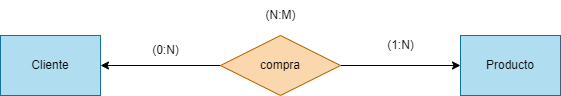
WhiteCascade/BAE keeps this draw.io diagram as Tareas/Unidad1/Images/ejercicio1.2.drawio.png. Above is the earlier version. Source tidied: cells renumbered, new cells last; positions are measured from the earlier drawing's top-left corner, leaving out a move shared by most shapes.
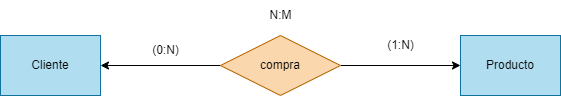
After the commit.

The edit, as a diff of the source:
```diff
@@ -23,7 +23,7 @@
     <mxCell id="8" value="(1:N)" style="text;html=1;align=center;verticalAlign=middle;strokeColor=none;fillColor=none;" parent="1" vertex="1">
       <mxGeometry x="375" y="30" width="50" height="30" as="geometry" />
     </mxCell>
-    <mxCell id="9" value="(N:M)" style="text;html=1;align=center;verticalAlign=middle;strokeColor=none;fillColor=none;" parent="1" vertex="1">
+    <mxCell id="9" value="N:M" style="text;html=1;align=center;verticalAlign=middle;strokeColor=none;fillColor=none;" parent="1" vertex="1">
       <mxGeometry x="255" width="50" height="30" as="geometry" />
     </mxCell>
   </root>
```
